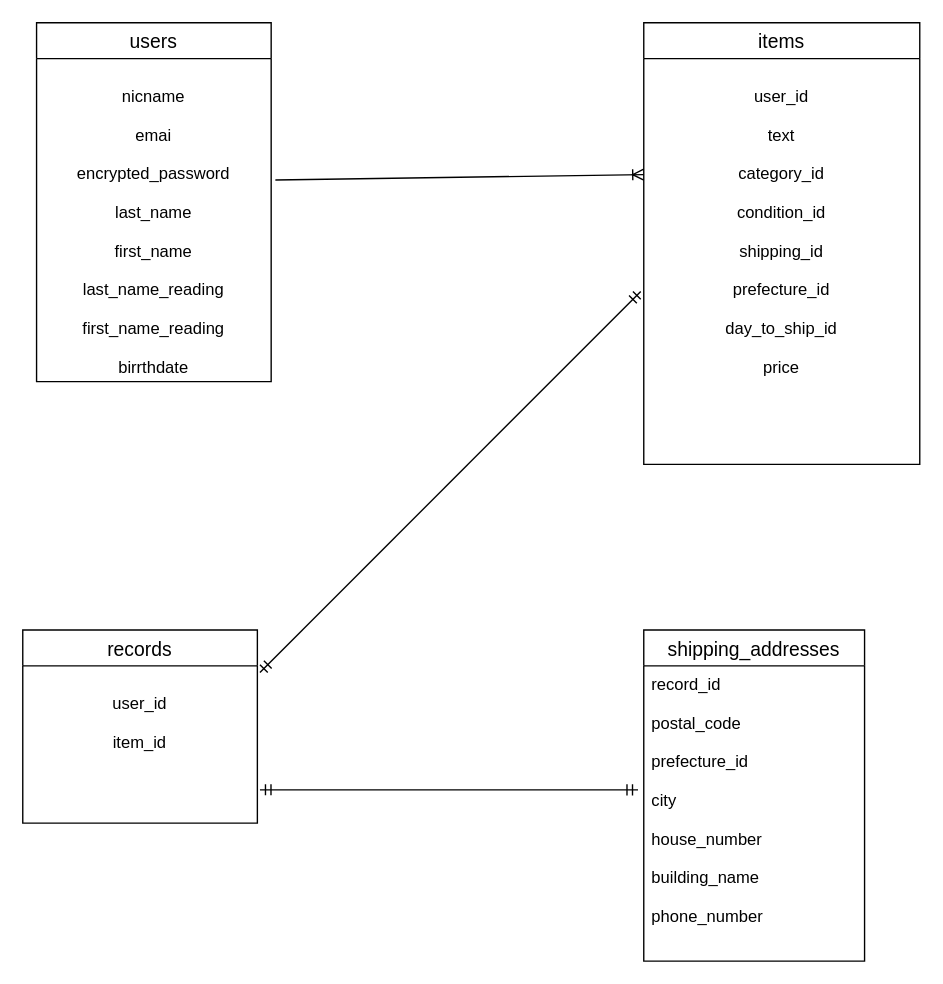
kawashimakouhei/furima-29120 keeps this draw.io diagram as app/controllers/ER.dio. Above is the earlier version. Source tidied: cells renumbered, new cells numbered last; positions are measured from the earlier drawing's top-left corner, leaving out a move shared by most shapes. Both pictures are drawn from the tidied source at 138%, with x=0, y=0 at pixel (22, 22).
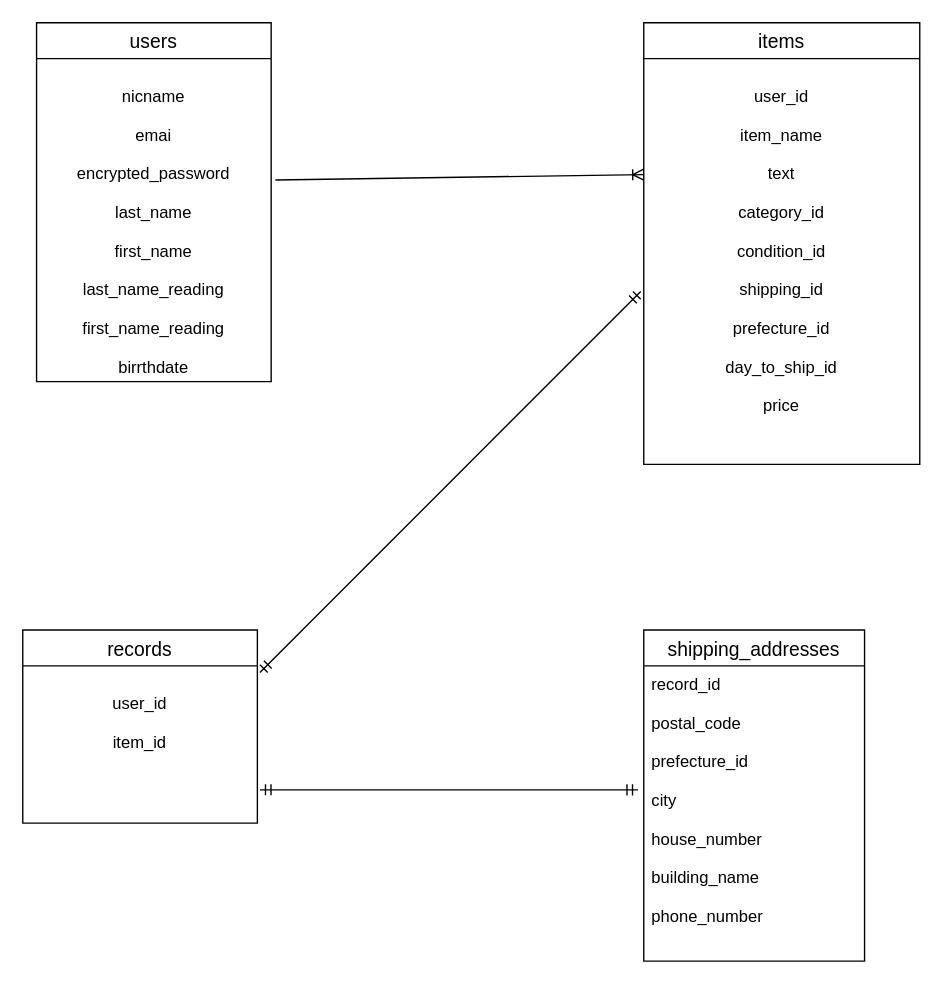
Above is the later version.

Commit message (it also covers changes not shown here):
テーブル設計訂正

Diff of the diagram source:
```diff
@@
 <mxGraphModel>
   <root>
     <mxCell id="0" />
     <mxCell id="1" parent="0" />
     <mxCell id="2" value="users" style="swimlane;fontStyle=0;horizontal=1;startSize=26;align=center;fontSize=14;" parent="1" vertex="1">
       <mxGeometry x="10" width="170" height="260" as="geometry" />
     </mxCell>
     <mxCell id="3" value="&#10;nicname&#10;&#10;emai&#10;&#10;encrypted_password&#10;&#10;last_name&#10;&#10;first_name&#10;&#10;last_name_reading&#10;&#10;first_name_reading&#10;&#10;birrthdate" style="text;strokeColor=none;fillColor=none;spacingLeft=4;spacingRight=4;overflow=hidden;points=[[0,0.5],[1,0.5]];portConstraint=eastwest;fontSize=12;align=center;" parent="2" vertex="1">
       <mxGeometry y="26" width="170" height="234" as="geometry" />
     </mxCell>
     <mxCell id="4" value="items" style="swimlane;fontStyle=0;horizontal=1;startSize=26;align=center;fontSize=14;" parent="1" vertex="1">
       <mxGeometry x="450" width="200" height="320" as="geometry" />
     </mxCell>
-    <mxCell id="5" value="&#10;user_id&#10;&#10;text&#10;&#10;category_id&#10;&#10;condition_id&#10;&#10;shipping_id&#10;&#10;prefecture_id&#10;&#10;day_to_ship_id&#10;&#10;price" style="text;strokeColor=none;fillColor=none;spacingLeft=4;spacingRight=4;overflow=hidden;points=[[0,0.5],[1,0.5]];portConstraint=eastwest;fontSize=12;align=center;" parent="4" vertex="1">
+    <mxCell id="5" value="&#10;user_id&#10;&#10;item_name&#10;&#10;text&#10;&#10;category_id&#10;&#10;condition_id&#10;&#10;shipping_id&#10;&#10;prefecture_id&#10;&#10;day_to_ship_id&#10;&#10;price" style="text;strokeColor=none;fillColor=none;spacingLeft=4;spacingRight=4;overflow=hidden;points=[[0,0.5],[1,0.5]];portConstraint=eastwest;fontSize=12;align=center;" parent="4" vertex="1">
       <mxGeometry y="26" width="200" height="294" as="geometry" />
     </mxCell>
     <mxCell id="6" value="shipping_addresses" style="swimlane;fontStyle=0;horizontal=1;startSize=26;align=center;fontSize=14;" parent="1" vertex="1">
       <mxGeometry x="450" y="440" width="160" height="240" as="geometry" />
     </mxCell>
     <mxCell id="7" value="record_id&#10;&#10;postal_code&#10;&#10;prefecture_id&#10;&#10;city&#10;&#10;house_number&#10;&#10;building_name&#10;&#10;phone_number" style="text;strokeColor=none;fillColor=none;spacingLeft=4;spacingRight=4;overflow=hidden;points=[[0,0.5],[1,0.5]];portConstraint=eastwest;fontSize=12;" parent="6" vertex="1">
       <mxGeometry y="26" width="160" height="214" as="geometry" />
     </mxCell>
     <mxCell id="8" style="fontSize=12;html=1;endArrow=ERoneToMany;exitX=1.018;exitY=0.376;exitDx=0;exitDy=0;exitPerimeter=0;" parent="1" edge="1" source="3">
       <mxGeometry relative="1" as="geometry">
         <mxPoint x="450" y="110" as="targetPoint" />
       </mxGeometry>
     </mxCell>
     <mxCell id="9" value="records" style="swimlane;fontStyle=0;horizontal=1;startSize=26;align=center;fontSize=14;" parent="1" vertex="1">
       <mxGeometry y="440" width="170" height="140" as="geometry" />
     </mxCell>
     <mxCell id="10" value="&#10;user_id&#10;&#10;item_id&#10;&#10;" style="text;strokeColor=none;fillColor=none;spacingLeft=4;spacingRight=4;overflow=hidden;points=[[0,0.5],[1,0.5]];portConstraint=eastwest;fontSize=12;align=center;" parent="9" vertex="1">
       <mxGeometry y="26" width="170" height="114" as="geometry" />
     </mxCell>
     <mxCell id="11" style="fontSize=12;html=1;endArrow=ERmandOne;startArrow=ERmandOne;entryX=-0.011;entryY=0.574;entryDx=0;entryDy=0;entryPerimeter=0;exitX=1.011;exitY=0.042;exitDx=0;exitDy=0;exitPerimeter=0;" parent="1" edge="1" source="10" target="5">
       <mxGeometry relative="1" as="geometry" />
     </mxCell>
     <mxCell id="12" style="fontSize=12;html=1;endArrow=ERmandOne;startArrow=ERmandOne;entryX=-0.026;entryY=0.42;entryDx=0;entryDy=0;entryPerimeter=0;exitX=1.011;exitY=0.788;exitDx=0;exitDy=0;exitPerimeter=0;" parent="1" edge="1" source="10" target="7">
       <mxGeometry relative="1" as="geometry" />
     </mxCell>
   </root>
 </mxGraphModel>
```
